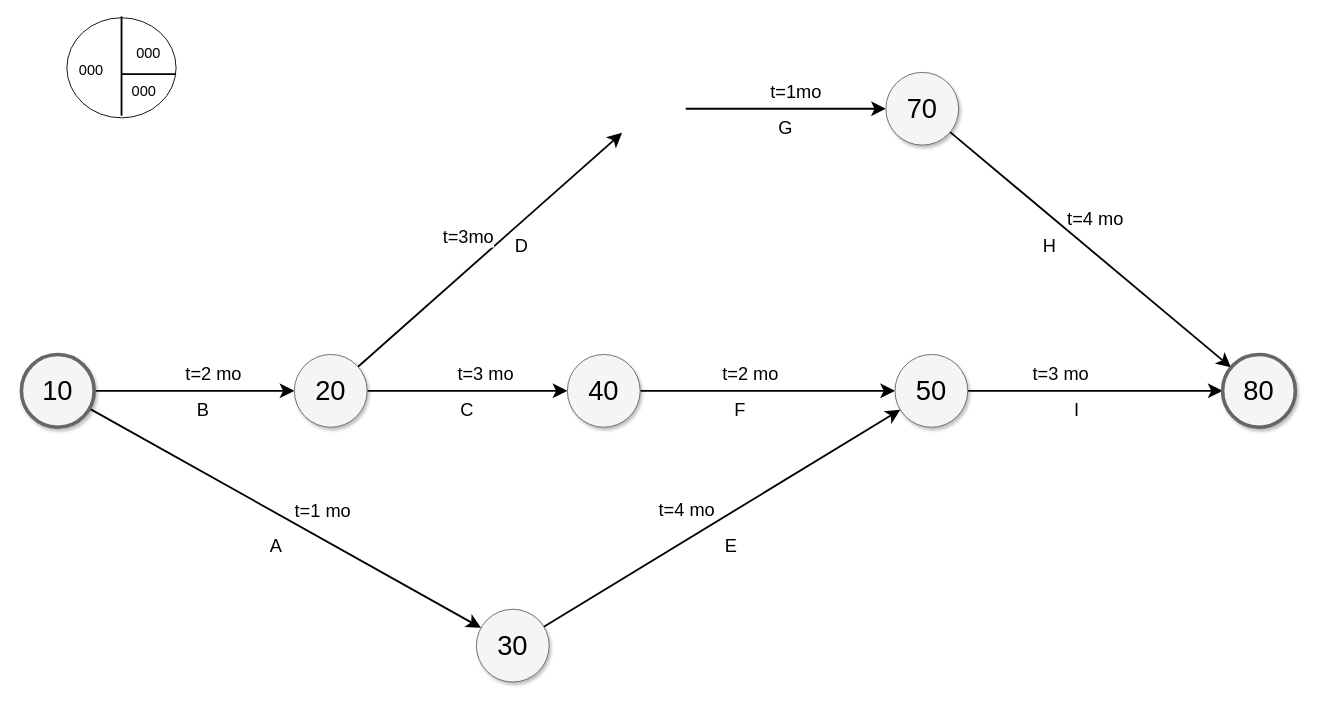
This is Untitled Diagram.drawio from denayprm/Draw-IO-Denn, a draw.io file, before an edit. Source tidied: cells renumbered, new cells numbered last; positions are measured from the earlier drawing's top-left corner, leaving out a move shared by most shapes. Both pictures are drawn from the tidied source at 91%, with x=0, y=0 at pixel (21, 17).
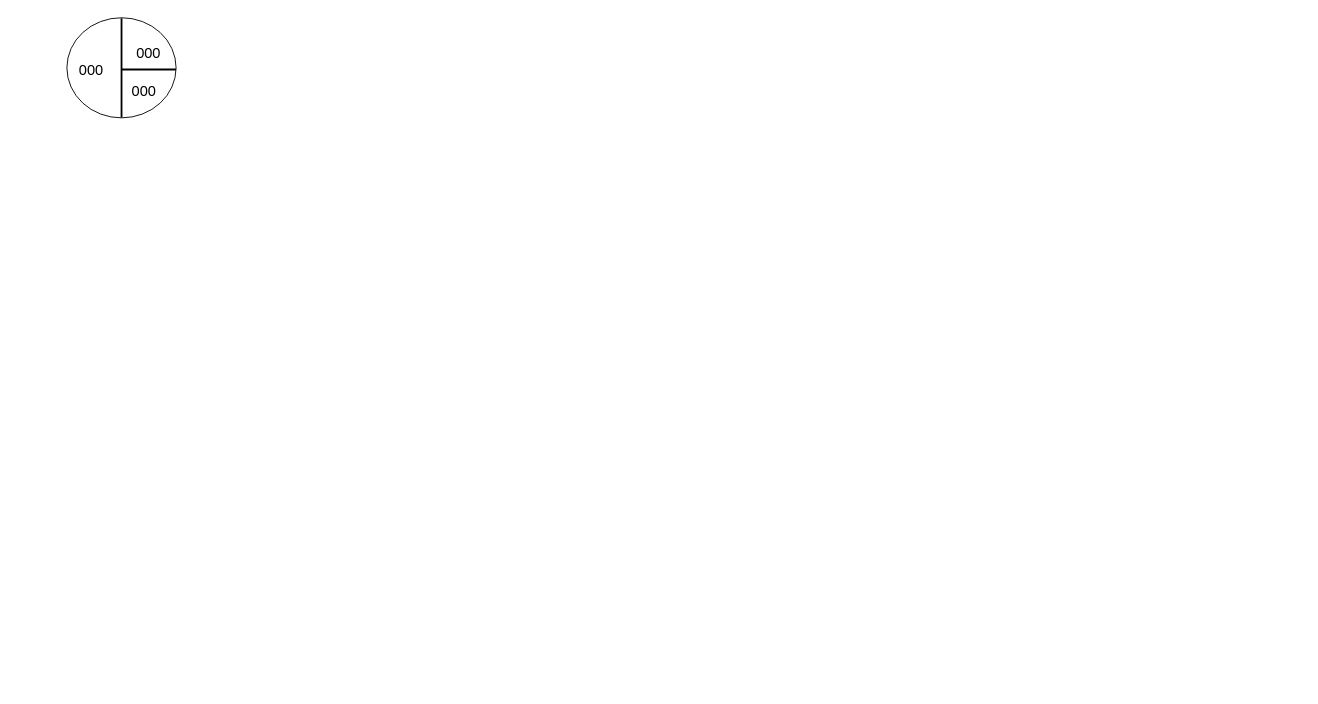
Above is the later version.

The change refers to these unchanged cells:
```xml
<mxCell id="36" style="group;" parent="1" vertex="1">
  <mxGeometry x="50" width="120" height="110" as="geometry" />
</mxCell>
```

Diff of the diagram source:
```diff
@@
-    <mxCell id="2" style="edgeStyle=none;curved=1;html=1;startSize=10;endArrow=classic;endFill=1;endSize=10;strokeColor=#000000;strokeWidth=2;fontSize=12;" parent="1" edge="1" source="6" target="11">
-      <mxGeometry relative="1" as="geometry" />
-    </mxCell>
-    <mxCell id="3" value="t=2 mo" style="text;html=1;align=center;verticalAlign=middle;labelBackgroundColor=none;fontSize=20;" parent="2" vertex="1">
-      <mxGeometry x="0.25" y="-5" relative="1" as="geometry">
-        <mxPoint x="-8" y="-25" as="offset" />
-      </mxGeometry>
-    </mxCell>
-    <mxCell id="4" style="edgeStyle=none;curved=1;html=1;startSize=10;endFill=1;endSize=10;strokeWidth=2;fontSize=12;" parent="1" edge="1" source="6" target="14">
-      <mxGeometry relative="1" as="geometry" />
-    </mxCell>
-    <mxCell id="5" value="t=1 mo" style="text;html=1;align=center;verticalAlign=middle;labelBackgroundColor=#ffffff;fontSize=20;" parent="4" vertex="1">
-      <mxGeometry x="-0.07" y="-2" relative="1" as="geometry">
-        <mxPoint x="57" y="-3" as="offset" />
-      </mxGeometry>
-    </mxCell>
-    <mxCell id="6" value="10" style="ellipse;whiteSpace=wrap;html=1;rounded=0;shadow=1;strokeColor=#666666;strokeWidth=4;fontSize=30;align=center;fillColor=#f5f5f5;" parent="1" vertex="1">
-      <mxGeometry y="370" width="80" height="80" as="geometry" />
-    </mxCell>
-    <mxCell id="7" style="edgeStyle=none;curved=1;html=1;startSize=10;endFill=1;endSize=10;strokeWidth=2;fontSize=12;" parent="1" edge="1" source="11" target="22">
-      <mxGeometry relative="1" as="geometry" />
-    </mxCell>
-    <mxCell id="8" value="t=3 mo" style="text;html=1;align=center;verticalAlign=middle;labelBackgroundColor=#ffffff;fontSize=20;" parent="7" vertex="1">
-      <mxGeometry x="0.15" relative="1" as="geometry">
-        <mxPoint x="3" y="-20" as="offset" />
-      </mxGeometry>
-    </mxCell>
-    <mxCell id="9" style="edgeStyle=none;curved=1;html=1;startSize=10;endFill=1;endSize=10;strokeWidth=2;fontSize=12;" parent="1" edge="1" source="11">
-      <mxGeometry relative="1" as="geometry">
-        <mxPoint x="660.1" y="126.5" as="targetPoint" />
-      </mxGeometry>
-    </mxCell>
-    <mxCell id="10" value="t=3mo" style="text;html=1;align=center;verticalAlign=middle;labelBackgroundColor=#ffffff;fontSize=20;" parent="9" vertex="1">
-      <mxGeometry x="0.17" y="-3" relative="1" as="geometry">
-        <mxPoint x="-51" y="4" as="offset" />
-      </mxGeometry>
-    </mxCell>
-    <mxCell id="11" value="20" style="ellipse;whiteSpace=wrap;html=1;rounded=0;shadow=1;strokeColor=#666666;strokeWidth=1;fontSize=30;align=center;fillColor=#f5f5f5;" parent="1" vertex="1">
-      <mxGeometry x="300" y="370" width="80" height="80" as="geometry" />
-    </mxCell>
-    <mxCell id="12" style="edgeStyle=none;curved=1;html=1;startSize=10;endFill=1;endSize=10;strokeWidth=2;fontSize=12;" parent="1" edge="1" source="14" target="17">
-      <mxGeometry relative="1" as="geometry" />
-    </mxCell>
-    <mxCell id="13" value="t=4 mo" style="text;html=1;align=center;verticalAlign=middle;labelBackgroundColor=#ffffff;fontSize=20;" parent="12" vertex="1">
-      <mxGeometry x="-0.13" y="-6" relative="1" as="geometry">
-        <mxPoint x="-17" y="-31" as="offset" />
-      </mxGeometry>
-    </mxCell>
-    <mxCell id="14" value="30" style="ellipse;whiteSpace=wrap;html=1;rounded=0;shadow=1;strokeColor=#666666;strokeWidth=1;fontSize=30;align=center;fillColor=#f5f5f5;" parent="1" vertex="1">
-      <mxGeometry x="500" y="650" width="80" height="80" as="geometry" />
-    </mxCell>
-    <mxCell id="15" style="edgeStyle=none;curved=1;html=1;startSize=10;endFill=1;endSize=10;strokeWidth=2;fontSize=12;" parent="1" edge="1" source="17" target="26">
-      <mxGeometry relative="1" as="geometry" />
-    </mxCell>
-    <mxCell id="16" value="t=3 mo" style="text;html=1;align=center;verticalAlign=middle;labelBackgroundColor=#ffffff;fontSize=20;" parent="15" vertex="1">
-      <mxGeometry x="-0.41" y="-1" relative="1" as="geometry">
-        <mxPoint x="18" y="-21" as="offset" />
-      </mxGeometry>
-    </mxCell>
-    <mxCell id="17" value="50" style="ellipse;whiteSpace=wrap;html=1;rounded=0;shadow=1;strokeColor=#666666;strokeWidth=1;fontSize=30;align=center;fillColor=#f5f5f5;" parent="1" vertex="1">
-      <mxGeometry x="960" y="370" width="80" height="80" as="geometry" />
-    </mxCell>
-    <mxCell id="18" style="edgeStyle=none;curved=1;html=1;startSize=10;endFill=1;endSize=10;strokeWidth=2;fontSize=12;" parent="1" edge="1" target="25">
-      <mxGeometry relative="1" as="geometry">
-        <mxPoint x="730" y="100" as="sourcePoint" />
-      </mxGeometry>
-    </mxCell>
-    <mxCell id="19" value="t=1mo" style="text;html=1;align=center;verticalAlign=middle;labelBackgroundColor=#ffffff;fontSize=20;" parent="18" vertex="1">
-      <mxGeometry x="-0.07" y="-5" relative="1" as="geometry">
-        <mxPoint x="18" y="-25" as="offset" />
-      </mxGeometry>
-    </mxCell>
-    <mxCell id="20" style="edgeStyle=none;curved=1;html=1;startSize=10;endFill=1;endSize=10;strokeWidth=2;fontSize=12;" parent="1" edge="1" source="22" target="17">
-      <mxGeometry relative="1" as="geometry" />
-    </mxCell>
-    <mxCell id="21" value="t=2 mo" style="text;html=1;align=center;verticalAlign=middle;labelBackgroundColor=#ffffff;fontSize=20;" parent="20" vertex="1">
-      <mxGeometry x="-0.35" y="-1" relative="1" as="geometry">
-        <mxPoint x="29" y="-21" as="offset" />
-      </mxGeometry>
-    </mxCell>
-    <mxCell id="22" value="40" style="ellipse;whiteSpace=wrap;html=1;rounded=0;shadow=1;strokeColor=#666666;strokeWidth=1;fontSize=30;align=center;fillColor=#f5f5f5;" parent="1" vertex="1">
-      <mxGeometry x="600" y="370" width="80" height="80" as="geometry" />
-    </mxCell>
-    <mxCell id="23" style="edgeStyle=none;curved=1;html=1;startSize=10;endFill=1;endSize=10;strokeWidth=2;fontSize=12;" parent="1" edge="1" source="25" target="26">
-      <mxGeometry relative="1" as="geometry" />
-    </mxCell>
-    <mxCell id="24" value="t=4 mo" style="text;html=1;align=center;verticalAlign=middle;labelBackgroundColor=#ffffff;fontSize=20;" parent="23" vertex="1">
-      <mxGeometry x="-0.27" y="2" relative="1" as="geometry">
-        <mxPoint x="45" y="1" as="offset" />
-      </mxGeometry>
-    </mxCell>
-    <mxCell id="25" value="70" style="ellipse;whiteSpace=wrap;html=1;rounded=0;shadow=1;strokeColor=#666666;strokeWidth=1;fontSize=30;align=center;fillColor=#f5f5f5;" parent="1" vertex="1">
-      <mxGeometry x="950" y="60" width="80" height="80" as="geometry" />
-    </mxCell>
-    <mxCell id="26" value="80" style="ellipse;whiteSpace=wrap;html=1;rounded=0;shadow=1;strokeColor=#666666;strokeWidth=4;fontSize=30;align=center;fillColor=#f5f5f5;" parent="1" vertex="1">
-      <mxGeometry x="1320" y="370" width="80" height="80" as="geometry" />
-    </mxCell>
-    <mxCell id="27" value="A" style="text;html=1;strokeColor=none;fillColor=none;align=center;verticalAlign=middle;whiteSpace=wrap;rounded=0;shadow=1;labelBackgroundColor=none;fontSize=20;" parent="1" vertex="1">
-      <mxGeometry x="260" y="570" width="40" height="20" as="geometry" />
-    </mxCell>
-    <mxCell id="28" value="B" style="text;html=1;strokeColor=none;fillColor=none;align=center;verticalAlign=middle;whiteSpace=wrap;rounded=0;shadow=1;labelBackgroundColor=none;fontSize=20;" parent="1" vertex="1">
-      <mxGeometry x="180" y="420" width="40" height="20" as="geometry" />
-    </mxCell>
-    <mxCell id="29" value="C" style="text;html=1;strokeColor=none;fillColor=none;align=center;verticalAlign=middle;whiteSpace=wrap;rounded=0;shadow=1;labelBackgroundColor=none;fontSize=20;" parent="1" vertex="1">
-      <mxGeometry x="470" y="420" width="40" height="20" as="geometry" />
-    </mxCell>
-    <mxCell id="30" value="D" style="text;html=1;strokeColor=none;fillColor=none;align=center;verticalAlign=middle;whiteSpace=wrap;rounded=0;shadow=1;labelBackgroundColor=none;fontSize=20;" parent="1" vertex="1">
-      <mxGeometry x="530" y="240" width="40" height="20" as="geometry" />
-    </mxCell>
-    <mxCell id="31" value="E" style="text;html=1;strokeColor=none;fillColor=none;align=center;verticalAlign=middle;whiteSpace=wrap;rounded=0;shadow=1;labelBackgroundColor=none;fontSize=20;" parent="1" vertex="1">
-      <mxGeometry x="760" y="570" width="40" height="20" as="geometry" />
-    </mxCell>
-    <mxCell id="32" value="F" style="text;html=1;strokeColor=none;fillColor=none;align=center;verticalAlign=middle;whiteSpace=wrap;rounded=0;shadow=1;labelBackgroundColor=none;fontSize=20;" parent="1" vertex="1">
-      <mxGeometry x="770" y="420" width="40" height="20" as="geometry" />
-    </mxCell>
-    <mxCell id="33" value="G" style="text;html=1;strokeColor=none;fillColor=none;align=center;verticalAlign=middle;whiteSpace=wrap;rounded=0;shadow=1;labelBackgroundColor=none;fontSize=20;" parent="1" vertex="1">
-      <mxGeometry x="820" y="110" width="40" height="20" as="geometry" />
-    </mxCell>
-    <mxCell id="34" value="H" style="text;html=1;strokeColor=none;fillColor=none;align=center;verticalAlign=middle;whiteSpace=wrap;rounded=0;shadow=1;labelBackgroundColor=none;fontSize=20;" parent="1" vertex="1">
-      <mxGeometry x="1110" y="240" width="40" height="20" as="geometry" />
-    </mxCell>
-    <mxCell id="35" value="I" style="text;html=1;strokeColor=none;fillColor=none;align=center;verticalAlign=middle;whiteSpace=wrap;rounded=0;shadow=1;labelBackgroundColor=none;fontSize=20;" parent="1" vertex="1">
-      <mxGeometry x="1140" y="420" width="40" height="20" as="geometry" />
-    </mxCell>
@@
+    <mxCell id="43" style="group;" parent="36" vertex="1">
+      <mxGeometry width="120" height="110" as="geometry" />
+    </mxCell>
-    <mxCell id="37" style="ellipse;whiteSpace=wrap;html=1;" parent="36" vertex="1">
+    <mxCell id="37" style="ellipse;whiteSpace=wrap;html=1;" parent="43" vertex="1">
       <mxGeometry width="120" height="110" as="geometry" />
     </mxCell>
-    <mxCell id="38" style="line;strokeWidth=2;html=1;rotation=-90;" parent="36" vertex="1">
-      <mxGeometry x="5.5" y="46.2" width="109.1" height="13.8" as="geometry" />
+    <mxCell id="38" style="line;strokeWidth=2;html=1;rotation=-90;" parent="43" vertex="1">
+      <mxGeometry x="5.5" y="48.2" width="109.1" height="13.8" as="geometry" />
     </mxCell>
-    <mxCell id="39" style="line;strokeWidth=2;html=1;" parent="36" vertex="1">
-      <mxGeometry x="60" y="55" width="60" height="13.8" as="geometry" />
+    <mxCell id="39" style="line;strokeWidth=2;html=1;" parent="43" vertex="1">
+      <mxGeometry x="60" y="50" width="60" height="13.8" as="geometry" />
     </mxCell>
-    <mxCell id="40" value="000" style="text;strokeColor=none;fillColor=none;html=1;align=center;verticalAlign=middle;whiteSpace=wrap;rounded=0;fontSize=16;" parent="36" vertex="1">
+    <mxCell id="40" value="000" style="text;strokeColor=none;fillColor=none;html=1;align=center;verticalAlign=middle;whiteSpace=wrap;rounded=0;fontSize=16;" parent="43" vertex="1">
       <mxGeometry x="65" y="13.6" width="50" height="50" as="geometry" />
     </mxCell>
-    <mxCell id="41" value="000" style="text;strokeColor=none;fillColor=none;html=1;align=center;verticalAlign=middle;whiteSpace=wrap;rounded=0;fontSize=16;" parent="36" vertex="1">
+    <mxCell id="41" value="000" style="text;strokeColor=none;fillColor=none;html=1;align=center;verticalAlign=middle;whiteSpace=wrap;rounded=0;fontSize=16;" parent="43" vertex="1">
       <mxGeometry x="60" y="55" width="50" height="50" as="geometry" />
     </mxCell>
-    <mxCell id="42" value="000" style="text;strokeColor=none;fillColor=none;html=1;align=center;verticalAlign=middle;whiteSpace=wrap;rounded=0;fontSize=16;" parent="36" vertex="1">
+    <mxCell id="42" value="000" style="text;strokeColor=none;fillColor=none;html=1;align=center;verticalAlign=middle;whiteSpace=wrap;rounded=0;fontSize=16;" parent="43" vertex="1">
       <mxGeometry x="1.9" y="31.7" width="50" height="50" as="geometry" />
     </mxCell>
```
